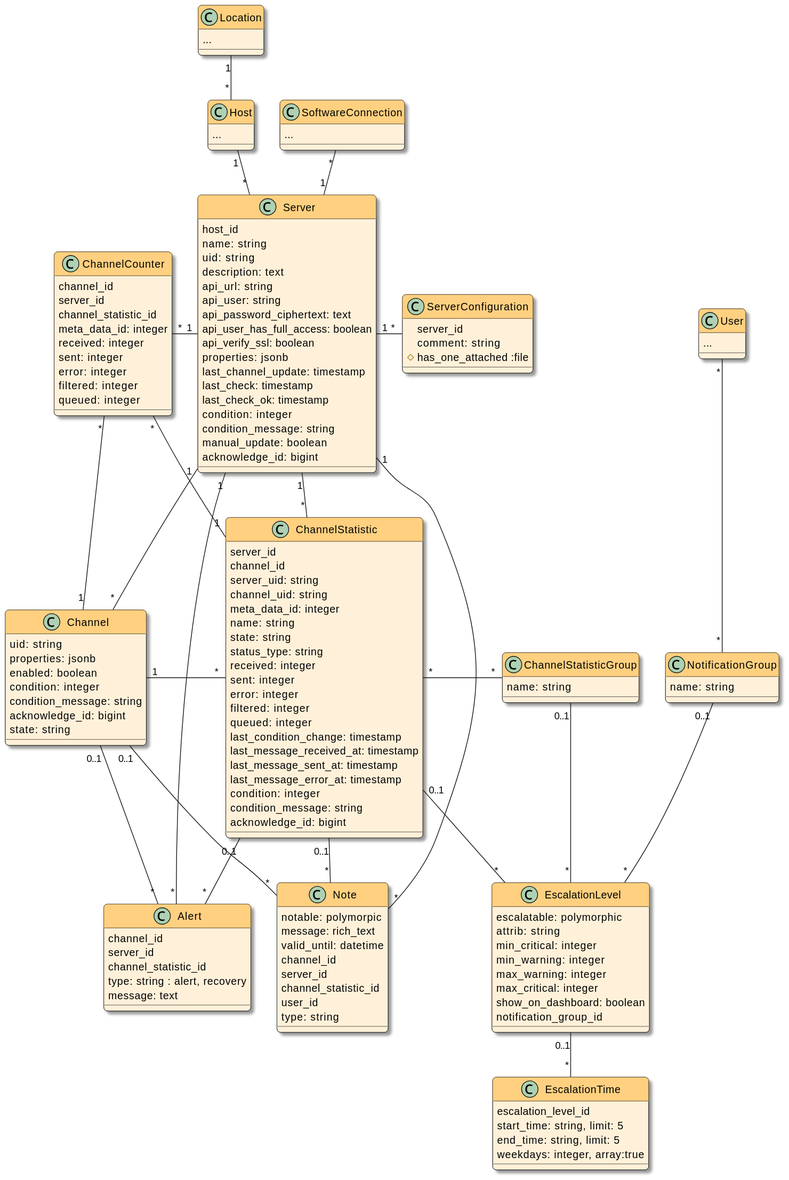
Above: docs/devnotes/_images/models.svg in swobspace/mirco (PlantUML), before the change.
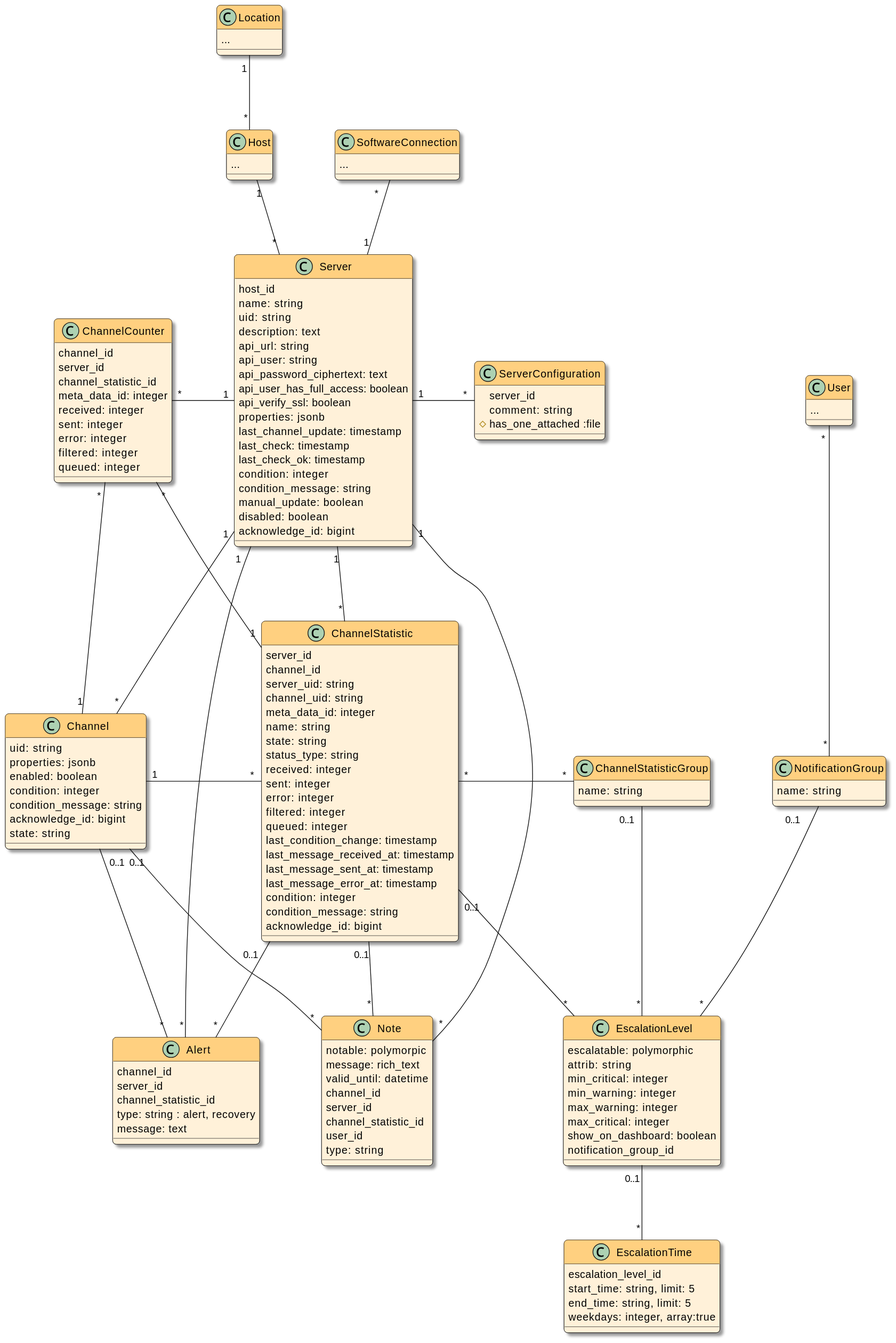
The same file after the commit.

Commit message:
add server#disabled

The edit, as a diff of the source:
```diff
@@ -34,6 +34,7 @@
   condition: integer
   condition_message: string
   manual_update: boolean
+  disabled: boolean
   acknowledge_id: bigint
 }
 
```
